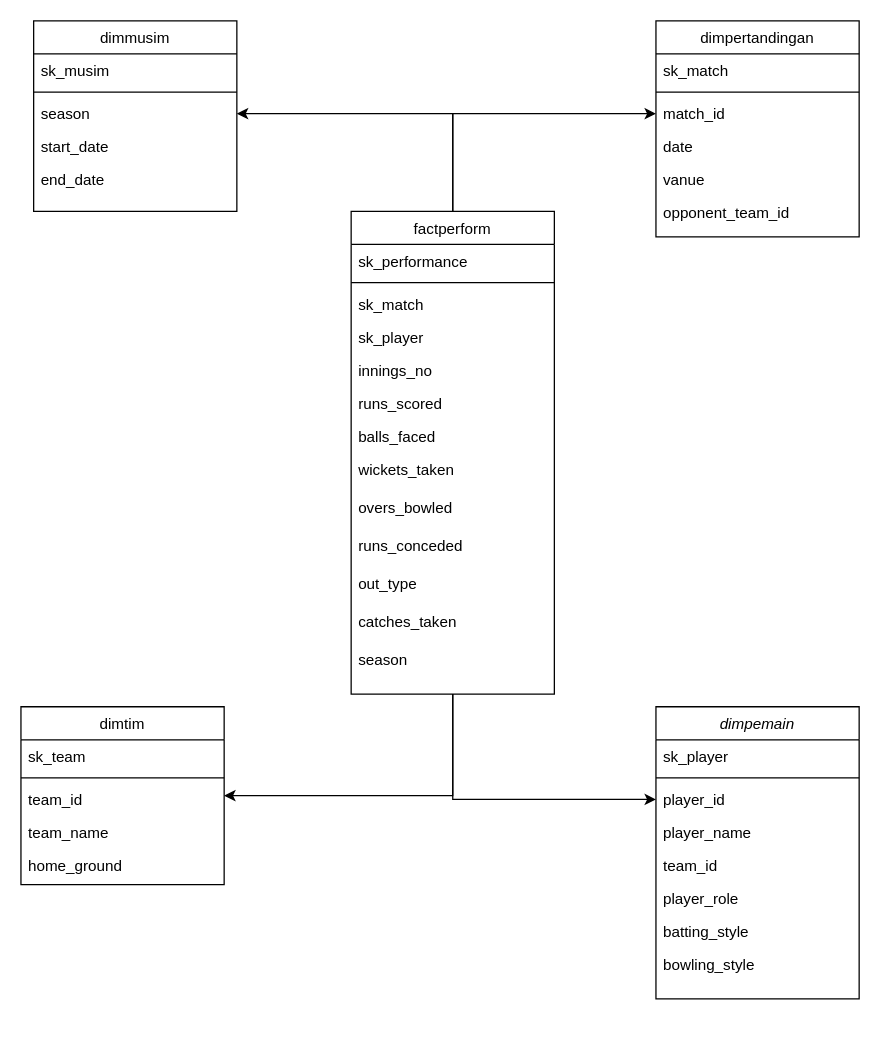
This is datawarehouse_diagram.drawio from xturus138/SkemaDatawarehouse, a draw.io file, before an edit. Source tidied: cells renumbered, new cells numbered last; positions are measured from the earlier drawing's top-left corner, leaving out a move shared by most shapes. Both pictures are drawn from the tidied source at 127%, with x=0, y=0 at pixel (20, 20).
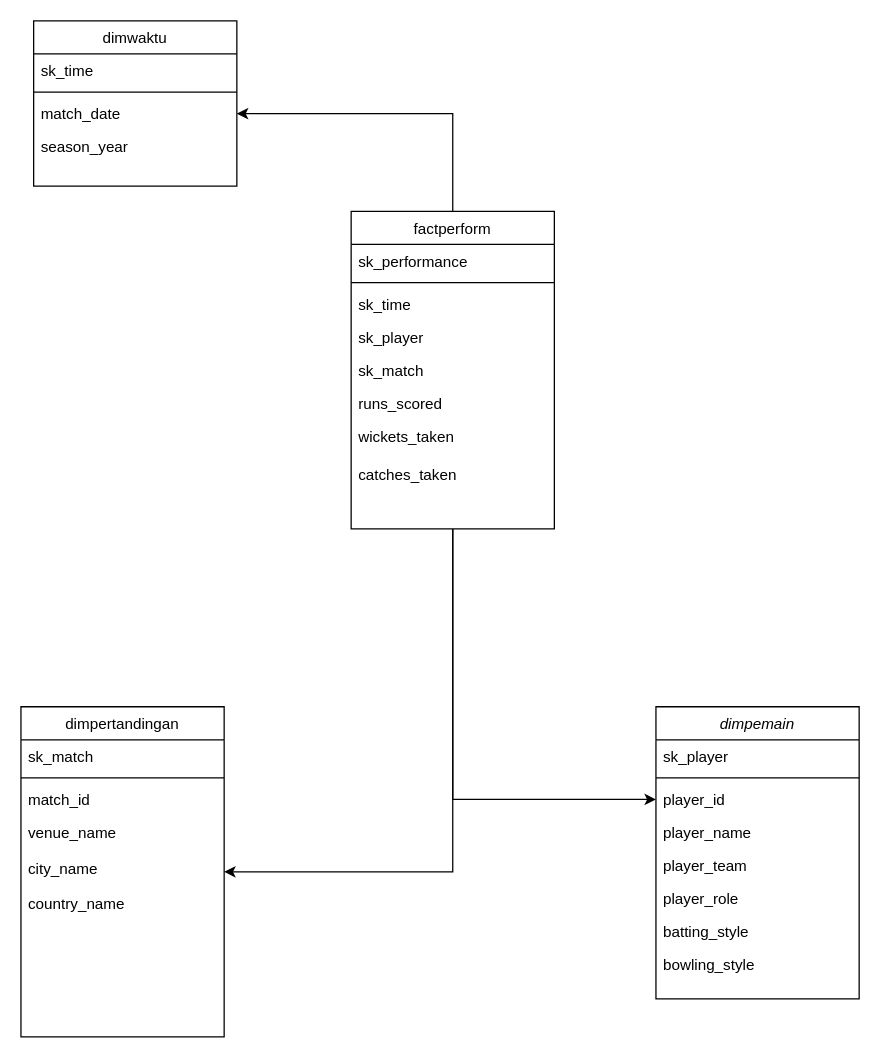
After the change.

Unchanged cells that the change refers to:
```xml
<mxCell id="2" value="dimpemain" style="swimlane;fontStyle=2;align=center;verticalAlign=top;horizontal=1;startSize=26;rounded=0;shadow=0;strokeWidth=1;" parent="1" vertex="1">
  <mxGeometry x="500" y="540" width="160" height="230" as="geometry" />
</mxCell>
```

What changed in the source:
```diff
@@
-    <mxCell id="7" value="team_id" style="text;align=left;verticalAlign=top;spacingLeft=4;spacingRight=4;overflow=hidden;" parent="2" vertex="1">
+    <mxCell id="7" value="player_team" style="text;align=left;verticalAlign=top;spacingLeft=4;spacingRight=4;overflow=hidden;" parent="2" vertex="1">
       <mxGeometry y="112" width="160" height="26" as="geometry" />
     </mxCell>
@@
-    <mxCell id="11" value="dimpertandingan" style="swimlane;fontStyle=0;align=center;verticalAlign=top;horizontal=1;startSize=26;rounded=0;shadow=0;strokeWidth=1;" parent="1" vertex="1">
-      <mxGeometry x="500" width="160" height="170" as="geometry" />
-    </mxCell>
-    <mxCell id="12" value="sk_match" style="text;align=left;verticalAlign=top;spacingLeft=4;spacingRight=4;overflow=hidden;" parent="11" vertex="1">
-      <mxGeometry y="26" width="160" height="26" as="geometry" />
-    </mxCell>
-    <mxCell id="13" style="line;html=1;strokeWidth=1;align=left;verticalAlign=middle;spacingTop=-1;spacingLeft=3;spacingRight=3;labelPosition=right;" parent="11" vertex="1">
-      <mxGeometry y="52" width="160" height="8" as="geometry" />
-    </mxCell>
-    <mxCell id="14" value="match_id" style="text;align=left;verticalAlign=top;spacingLeft=4;spacingRight=4;overflow=hidden;points=[[0,0.5],[1,0.5]];portConstraint=eastwest;" parent="11" vertex="1">
-      <mxGeometry y="60" width="160" height="26" as="geometry" />
-    </mxCell>
-    <mxCell id="15" value="date" style="text;align=left;verticalAlign=top;spacingLeft=4;spacingRight=4;overflow=hidden;" parent="11" vertex="1">
-      <mxGeometry y="86" width="160" height="26" as="geometry" />
-    </mxCell>
-    <mxCell id="16" value="vanue" style="text;align=left;verticalAlign=top;spacingLeft=4;spacingRight=4;overflow=hidden;" parent="11" vertex="1">
-      <mxGeometry y="112" width="160" height="26" as="geometry" />
-    </mxCell>
-    <mxCell id="17" value="opponent_team_id" style="text;align=left;verticalAlign=top;spacingLeft=4;spacingRight=4;overflow=hidden;" parent="11" vertex="1">
-      <mxGeometry y="138" width="160" height="26" as="geometry" />
-    </mxCell>
-    <mxCell id="18" value="dimtim" style="swimlane;fontStyle=0;align=center;verticalAlign=top;horizontal=1;startSize=26;rounded=0;shadow=0;strokeWidth=1;" parent="1" vertex="1">
-      <mxGeometry y="540" width="160" height="140" as="geometry" />
+    <mxCell id="18" value="dimpertandingan" style="swimlane;fontStyle=0;align=center;verticalAlign=top;horizontal=1;startSize=26;rounded=0;shadow=0;strokeWidth=1;" parent="1" vertex="1">
+      <mxGeometry y="540" width="160" height="260" as="geometry" />
     </mxCell>
-    <mxCell id="19" value="sk_team" style="text;align=left;verticalAlign=top;spacingLeft=4;spacingRight=4;overflow=hidden;" parent="18" vertex="1">
+    <mxCell id="19" value="sk_match" style="text;align=left;verticalAlign=top;spacingLeft=4;spacingRight=4;overflow=hidden;" parent="18" vertex="1">
       <mxGeometry y="26" width="160" height="26" as="geometry" />
     </mxCell>
@@
-    <mxCell id="21" value="team_id" style="text;align=left;verticalAlign=top;spacingLeft=4;spacingRight=4;overflow=hidden;" parent="18" vertex="1">
+    <mxCell id="21" value="match_id" style="text;align=left;verticalAlign=top;spacingLeft=4;spacingRight=4;overflow=hidden;" parent="18" vertex="1">
       <mxGeometry y="60" width="160" height="26" as="geometry" />
     </mxCell>
-    <mxCell id="22" value="team_name" style="text;align=left;verticalAlign=top;spacingLeft=4;spacingRight=4;overflow=hidden;" parent="18" vertex="1">
-      <mxGeometry y="86" width="160" height="26" as="geometry" />
-    </mxCell>
-    <mxCell id="23" value="home_ground" style="text;align=left;verticalAlign=top;spacingLeft=4;spacingRight=4;overflow=hidden;" parent="18" vertex="1">
-      <mxGeometry y="112" width="160" height="28" as="geometry" />
-    </mxCell>
+    <mxCell id="48" value="venue_name" style="text;align=left;verticalAlign=top;spacingLeft=4;spacingRight=4;overflow=hidden;" parent="18" vertex="1">
+      <mxGeometry y="86" width="160" height="28" as="geometry" />
+    </mxCell>
+    <mxCell id="49" value="city_name" style="text;align=left;verticalAlign=top;spacingLeft=4;spacingRight=4;overflow=hidden;" parent="18" vertex="1">
+      <mxGeometry y="114" width="160" height="28" as="geometry" />
+    </mxCell>
+    <mxCell id="50" value="country_name" style="text;align=left;verticalAlign=top;spacingLeft=4;spacingRight=4;overflow=hidden;" parent="18" vertex="1">
+      <mxGeometry y="142" width="160" height="28" as="geometry" />
+    </mxCell>
-    <mxCell id="24" value="dimmusim" style="swimlane;fontStyle=0;align=center;verticalAlign=top;horizontal=1;startSize=26;rounded=0;shadow=0;strokeWidth=1;" parent="1" vertex="1">
-      <mxGeometry x="10" width="160" height="150" as="geometry" />
+    <mxCell id="24" value="dimwaktu" style="swimlane;fontStyle=0;align=center;verticalAlign=top;horizontal=1;startSize=26;rounded=0;shadow=0;strokeWidth=1;" parent="1" vertex="1">
+      <mxGeometry x="10" width="160" height="130" as="geometry" />
     </mxCell>
-    <mxCell id="25" value="sk_musim" style="text;align=left;verticalAlign=top;spacingLeft=4;spacingRight=4;overflow=hidden;" parent="24" vertex="1">
+    <mxCell id="25" value="sk_time" style="text;align=left;verticalAlign=top;spacingLeft=4;spacingRight=4;overflow=hidden;" parent="24" vertex="1">
       <mxGeometry y="26" width="160" height="26" as="geometry" />
     </mxCell>
@@
-    <mxCell id="27" value="season" style="text;align=left;verticalAlign=top;spacingLeft=4;spacingRight=4;overflow=hidden;points=[[0,0.5],[1,0.5]];portConstraint=eastwest;" parent="24" vertex="1">
+    <mxCell id="27" value="match_date" style="text;align=left;verticalAlign=top;spacingLeft=4;spacingRight=4;overflow=hidden;points=[[0,0.5],[1,0.5]];portConstraint=eastwest;" parent="24" vertex="1">
       <mxGeometry y="60" width="160" height="26" as="geometry" />
     </mxCell>
-    <mxCell id="28" value="start_date" style="text;align=left;verticalAlign=top;spacingLeft=4;spacingRight=4;overflow=hidden;" parent="24" vertex="1">
+    <mxCell id="28" value="season_year" style="text;align=left;verticalAlign=top;spacingLeft=4;spacingRight=4;overflow=hidden;" parent="24" vertex="1">
       <mxGeometry y="86" width="160" height="26" as="geometry" />
     </mxCell>
-    <mxCell id="29" value="end_date" style="text;align=left;verticalAlign=top;spacingLeft=4;spacingRight=4;overflow=hidden;" parent="24" vertex="1">
-      <mxGeometry y="112" width="160" height="26" as="geometry" />
-    </mxCell>
@@
     <mxCell id="32" value="factperform&#10;" style="swimlane;fontStyle=0;align=center;verticalAlign=top;horizontal=1;startSize=26;rounded=0;shadow=0;strokeWidth=1;" parent="1" vertex="1">
-      <mxGeometry x="260" y="150" width="160" height="380" as="geometry" />
+      <mxGeometry x="260" y="150" width="160" height="250" as="geometry" />
     </mxCell>
@@
-    <mxCell id="35" value="sk_match" style="text;align=left;verticalAlign=top;spacingLeft=4;spacingRight=4;overflow=hidden;" parent="32" vertex="1">
+    <mxCell id="35" value="sk_time" style="text;align=left;verticalAlign=top;spacingLeft=4;spacingRight=4;overflow=hidden;" parent="32" vertex="1">
       <mxGeometry y="60" width="160" height="26" as="geometry" />
     </mxCell>
@@
-    <mxCell id="37" value="innings_no" style="text;align=left;verticalAlign=top;spacingLeft=4;spacingRight=4;overflow=hidden;" parent="32" vertex="1">
+    <mxCell id="37" value="sk_match" style="text;align=left;verticalAlign=top;spacingLeft=4;spacingRight=4;overflow=hidden;" parent="32" vertex="1">
       <mxGeometry y="112" width="160" height="26" as="geometry" />
     </mxCell>
@@
-    <mxCell id="39" value="balls_faced" style="text;align=left;verticalAlign=top;spacingLeft=4;spacingRight=4;overflow=hidden;" parent="32" vertex="1">
-      <mxGeometry y="164" width="160" height="26" as="geometry" />
-    </mxCell>
     <mxCell id="40" value="wickets_taken" style="text;align=left;verticalAlign=top;spacingLeft=4;spacingRight=4;overflow=hidden;" parent="32" vertex="1">
-      <mxGeometry y="190" width="160" height="30" as="geometry" />
+      <mxGeometry y="164" width="160" height="30" as="geometry" />
     </mxCell>
-    <mxCell id="41" value="overs_bowled" style="text;align=left;verticalAlign=top;spacingLeft=4;spacingRight=4;overflow=hidden;" parent="32" vertex="1">
-      <mxGeometry y="220" width="160" height="30" as="geometry" />
-    </mxCell>
-    <mxCell id="42" value="runs_conceded" style="text;align=left;verticalAlign=top;spacingLeft=4;spacingRight=4;overflow=hidden;" parent="32" vertex="1">
-      <mxGeometry y="250" width="160" height="30" as="geometry" />
-    </mxCell>
-    <mxCell id="43" value="out_type" style="text;align=left;verticalAlign=top;spacingLeft=4;spacingRight=4;overflow=hidden;" parent="32" vertex="1">
-      <mxGeometry y="280" width="160" height="30" as="geometry" />
-    </mxCell>
     <mxCell id="44" value="catches_taken" style="text;align=left;verticalAlign=top;spacingLeft=4;spacingRight=4;overflow=hidden;" parent="32" vertex="1">
-      <mxGeometry y="310" width="160" height="30" as="geometry" />
+      <mxGeometry y="194" width="160" height="30" as="geometry" />
     </mxCell>
-    <mxCell id="45" value="season" style="text;align=left;verticalAlign=top;spacingLeft=4;spacingRight=4;overflow=hidden;" parent="32" vertex="1">
-      <mxGeometry y="340" width="160" height="30" as="geometry" />
-    </mxCell>
@@
-    <mxCell id="47" style="edgeStyle=orthogonalEdgeStyle;rounded=0;jettySize=auto;html=1;entryX=0;entryY=0.5;entryDx=0;entryDy=0;exitX=0.5;exitY=0;exitDx=0;exitDy=0;" parent="1" edge="1" source="32" target="14">
-      <mxGeometry relative="1" as="geometry" />
-    </mxCell>
```
